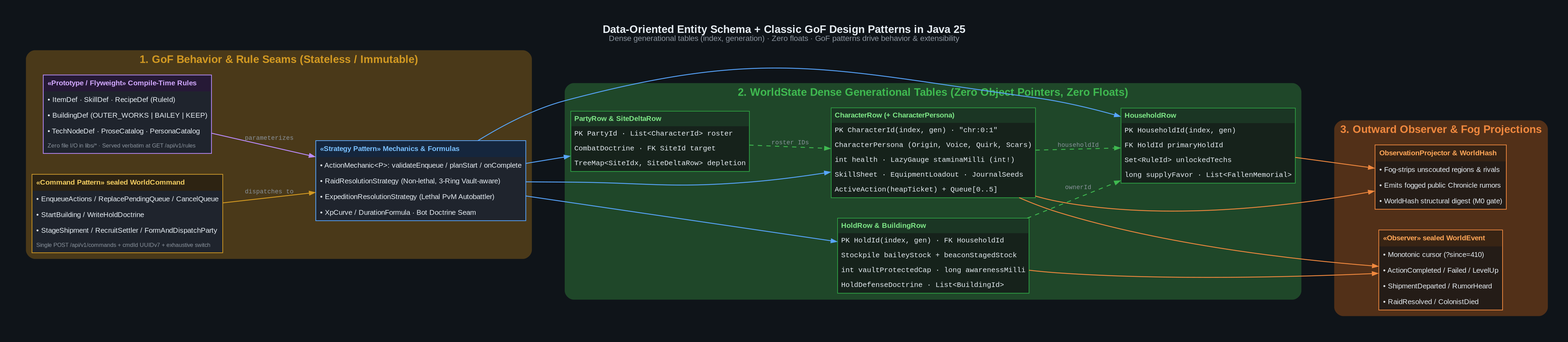
The Graphviz diagram planning/ironwood_wilds_planning/diagrams/02-entity-schema-and-patterns.png in Lord-Windy/KotharWorks, before a commit. Its source is kept beside it as planning/ironwood_wilds_planning/diagrams/02-entity-schema-and-patterns.dot.
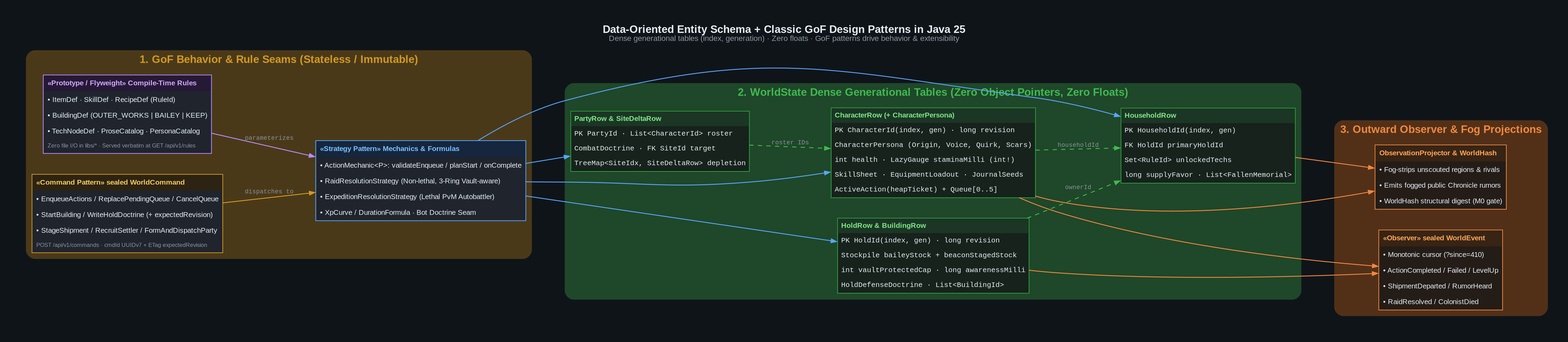
Later version of the same file.

The edit, as a diff of the source:
```diff
@@ -39,9 +39,9 @@
             <TABLE BORDER="1" CELLBORDER="0" CELLSPACING="0" CELLPADDING="5" BGCOLOR="#1f242d" COLOR="#d29922">
                 <TR><TD BGCOLOR="#2d2312" ALIGN="LEFT"><B><FONT COLOR="#f2cc60">«Command Pattern» sealed WorldCommand</FONT></B></TD></TR>
                 <TR><TD ALIGN="LEFT">• EnqueueActions / ReplacePendingQueue / CancelQueue</TD></TR>
-                <TR><TD ALIGN="LEFT">• StartBuilding / WriteHoldDoctrine</TD></TR>
+                <TR><TD ALIGN="LEFT">• StartBuilding / WriteHoldDoctrine (+ expectedRevision)</TD></TR>
                 <TR><TD ALIGN="LEFT">• StageShipment / RecruitSettler / FormAndDispatchParty</TD></TR>
-                <TR><TD ALIGN="LEFT"><FONT POINT-SIZE="8" COLOR="#8b949e">Single POST /api/v1/commands + cmdId UUIDv7 + exhaustive switch</FONT></TD></TR>
+                <TR><TD ALIGN="LEFT"><FONT POINT-SIZE="8" COLOR="#8b949e">POST /api/v1/commands · cmdId UUIDv7 + ETag expectedRevision</FONT></TD></TR>
             </TABLE>
         >];
 
@@ -86,7 +86,7 @@
         char_tbl [label=<
             <TABLE BORDER="1" CELLBORDER="0" CELLSPACING="0" CELLPADDING="4" BGCOLOR="#16221b" COLOR="#2ea043">
                 <TR><TD BGCOLOR="#1b3624" ALIGN="LEFT"><B><FONT COLOR="#7ee787">CharacterRow (+ CharacterPersona)</FONT></B></TD></TR>
-                <TR><TD ALIGN="LEFT"><FONT FACE="Liberation Mono">PK CharacterId(index, gen) · "chr:0:1"</FONT></TD></TR>
+                <TR><TD ALIGN="LEFT"><FONT FACE="Liberation Mono">PK CharacterId(index, gen) · long revision</FONT></TD></TR>
                 <TR><TD ALIGN="LEFT"><FONT FACE="Liberation Mono">CharacterPersona (Origin, Voice, Quirk, Scars)</FONT></TD></TR>
                 <TR><TD ALIGN="LEFT"><FONT FACE="Liberation Mono">int health · LazyGauge staminaMilli (int!)</FONT></TD></TR>
                 <TR><TD ALIGN="LEFT"><FONT FACE="Liberation Mono">SkillSheet · EquipmentLoadout · JournalSeeds</FONT></TD></TR>
@@ -97,7 +97,7 @@
         hold_tbl [label=<
             <TABLE BORDER="1" CELLBORDER="0" CELLSPACING="0" CELLPADDING="4" BGCOLOR="#16221b" COLOR="#2ea043">
                 <TR><TD BGCOLOR="#1b3624" ALIGN="LEFT"><B><FONT COLOR="#7ee787">HoldRow &amp; BuildingRow</FONT></B></TD></TR>
-                <TR><TD ALIGN="LEFT"><FONT FACE="Liberation Mono">PK HoldId(index, gen) · FK HouseholdId</FONT></TD></TR>
+                <TR><TD ALIGN="LEFT"><FONT FACE="Liberation Mono">PK HoldId(index, gen) · long revision</FONT></TD></TR>
                 <TR><TD ALIGN="LEFT"><FONT FACE="Liberation Mono">Stockpile baileyStock + beaconStagedStock</FONT></TD></TR>
                 <TR><TD ALIGN="LEFT"><FONT FACE="Liberation Mono">int vaultProtectedCap · long awarenessMilli</FONT></TD></TR>
                 <TR><TD ALIGN="LEFT"><FONT FACE="Liberation Mono">HoldDefenseDoctrine · List&lt;BuildingId&gt;</FONT></TD></TR>
```
